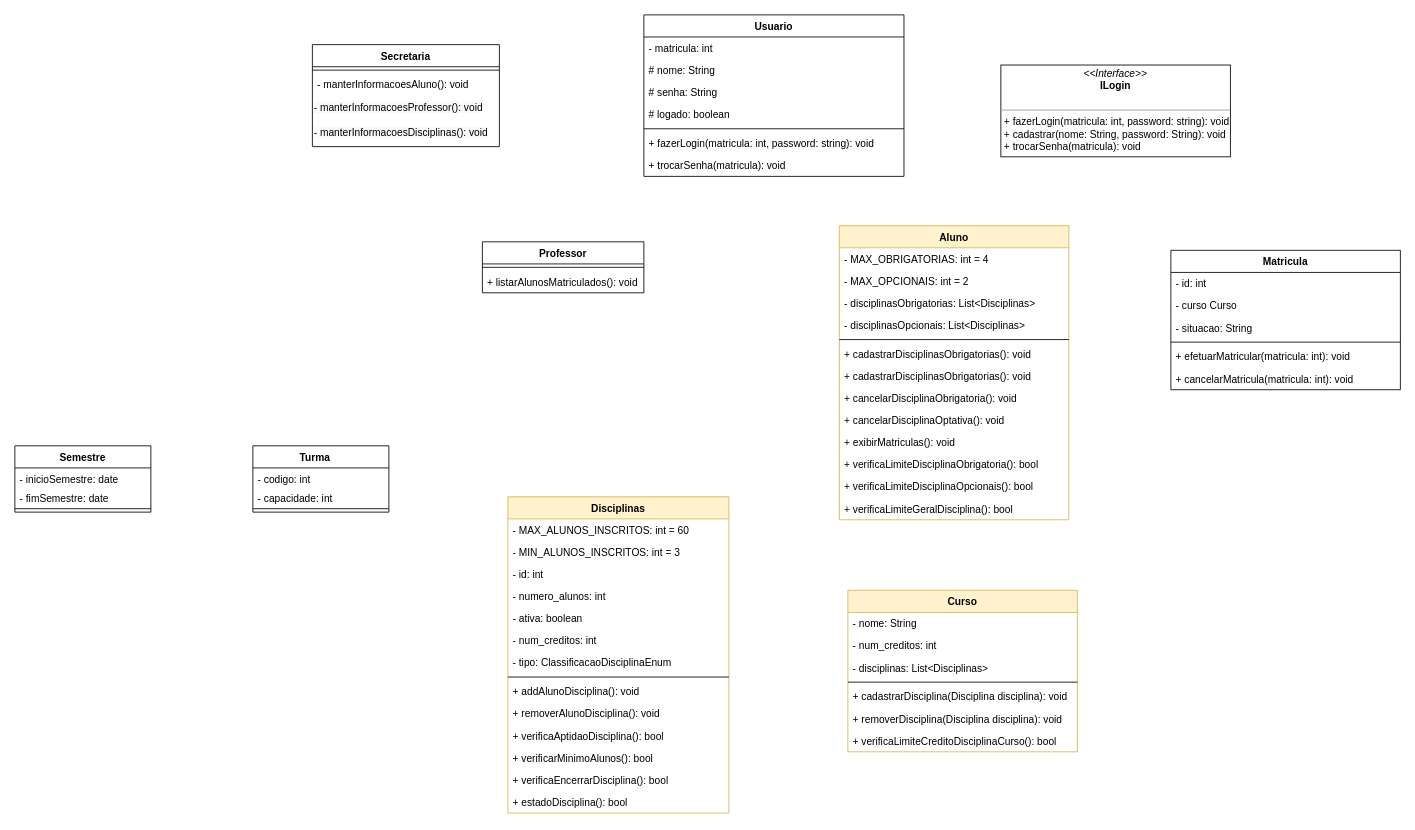
The draw.io diagram Diagrama de Classes Sistema de Matrículas.drawio in joeyclapton/projeto, before the edit. Source tidied: cells renumbered, new cells numbered last; positions are measured from the earlier drawing's top-left corner, leaving out a move shared by most shapes. Both pictures are drawn from the tidied source at 85%, with x=0, y=0 at pixel (14, 14).
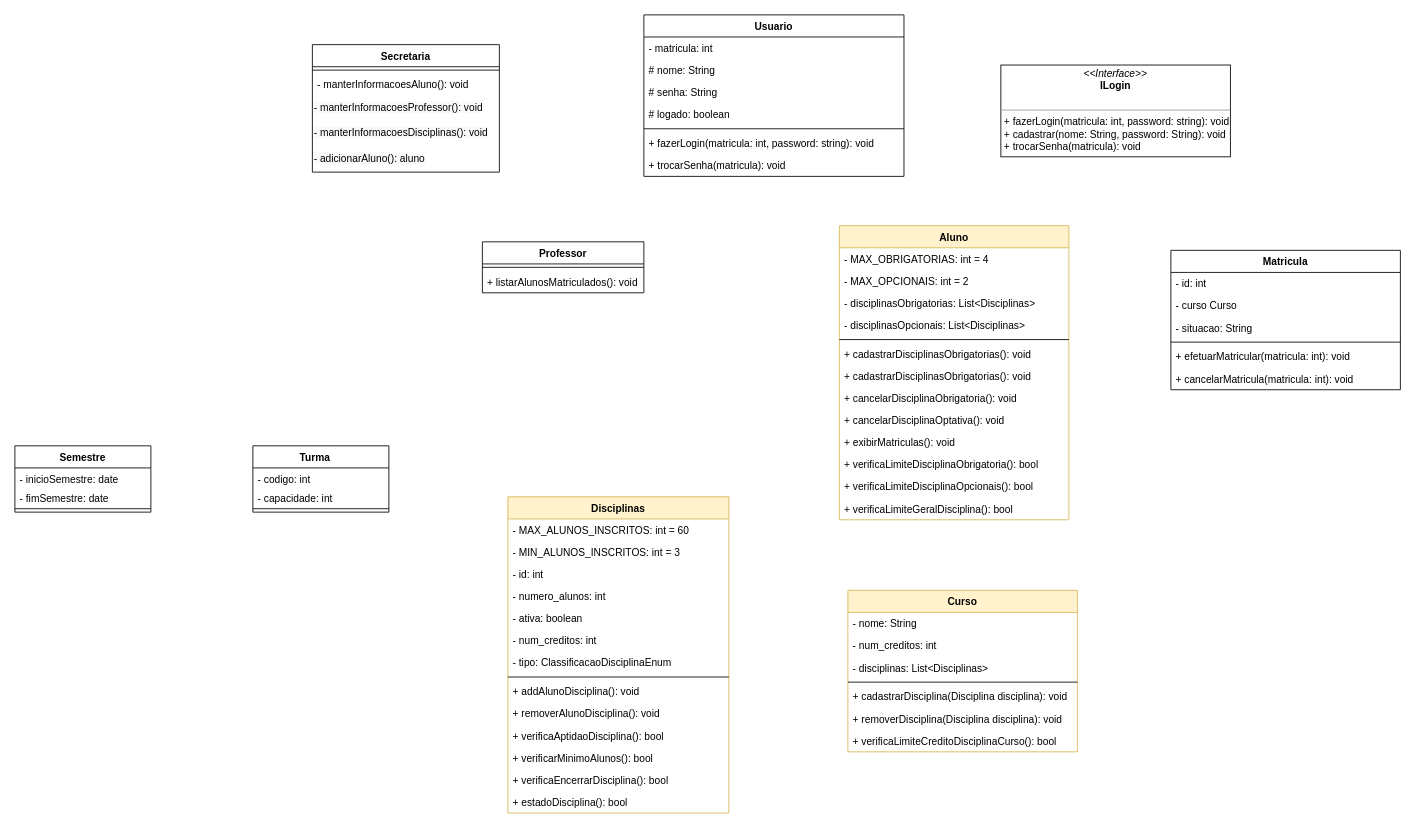
The same diagram, later.

Change to the diagram source:
```diff
@@
     <mxCell id="27" value="Secretaria" style="swimlane;fontStyle=1;align=center;verticalAlign=top;horizontal=1;startSize=26;" parent="1" vertex="1">
-      <mxGeometry x="350" y="35" width="220" height="120" as="geometry" />
+      <mxGeometry x="350" y="35" width="220" height="150" as="geometry" />
     </mxCell>
@@
+    <mxCell id="71" value="&lt;span style=&quot;color: rgb(0 , 0 , 0) ; font-family: &amp;#34;helvetica&amp;#34; ; font-size: 12px ; font-style: normal ; font-weight: 400 ; letter-spacing: normal ; text-align: left ; text-indent: 0px ; text-transform: none ; word-spacing: 0px ; background-color: rgb(248 , 249 , 250) ; display: inline ; float: none&quot;&gt;- manterInformacoesDisciplinas(): void&lt;/span&gt;" style="text;whiteSpace=wrap;html=1;" parent="27" vertex="1">
+      <mxGeometry y="90" width="220" height="30" as="geometry" />
+    </mxCell>
-    <mxCell id="31" value="&lt;span style=&quot;color: rgb(0 , 0 , 0) ; font-family: &amp;#34;helvetica&amp;#34; ; font-size: 12px ; font-style: normal ; font-weight: 400 ; letter-spacing: normal ; text-align: left ; text-indent: 0px ; text-transform: none ; word-spacing: 0px ; background-color: rgb(248 , 249 , 250) ; display: inline ; float: none&quot;&gt;- manterInformacoesDisciplinas(): void&lt;/span&gt;" style="text;whiteSpace=wrap;html=1;" parent="27" vertex="1">
-      <mxGeometry y="90" width="220" height="30" as="geometry" />
+    <mxCell id="31" value="&lt;span style=&quot;color: rgb(0 , 0 , 0) ; font-family: &amp;#34;helvetica&amp;#34; ; font-size: 12px ; font-style: normal ; font-weight: 400 ; letter-spacing: normal ; text-align: left ; text-indent: 0px ; text-transform: none ; word-spacing: 0px ; background-color: rgb(248 , 249 , 250) ; display: inline ; float: none&quot;&gt;- adicionarAluno(): aluno&lt;/span&gt;" style="text;whiteSpace=wrap;html=1;" parent="27" vertex="1">
+      <mxGeometry y="120" width="220" height="30" as="geometry" />
     </mxCell>
```
